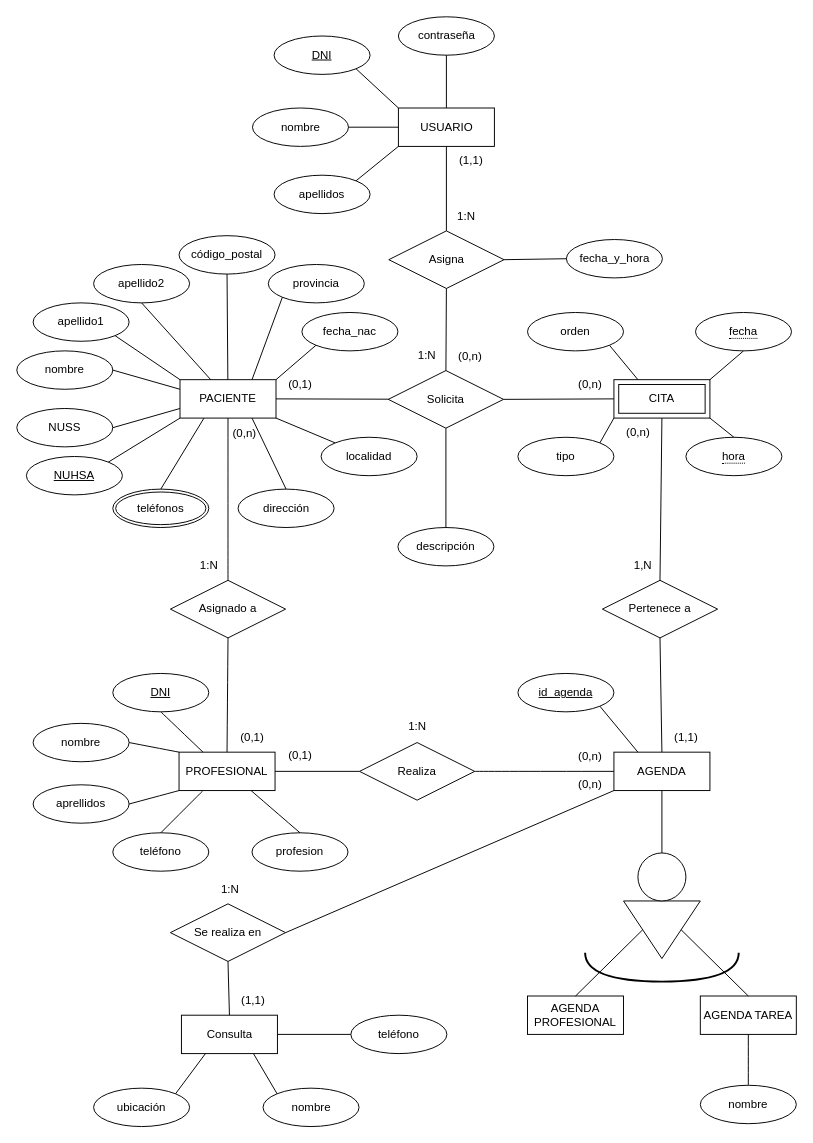
Earlier version of the draw.io diagram CitasAP_ER2.drawio (mariopr25/CitasAP-ER). Source tidied: cells renumbered, new cells numbered last; positions are measured from the earlier drawing's top-left corner, leaving out a move shared by most shapes. Both pictures are drawn from the tidied source at 96%, with x=0, y=0 at pixel (16, 16).
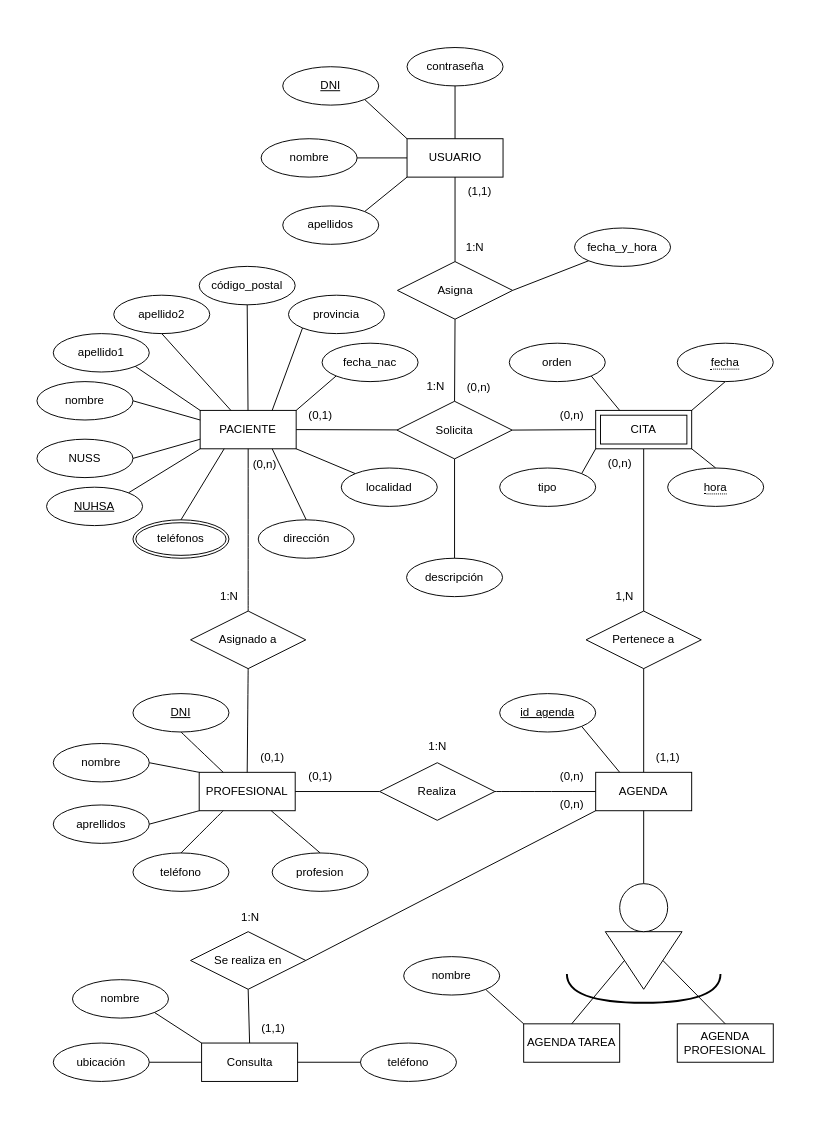
After the change.

Commit message:
Más ajustes de tamaño

The edit, as a diff of the source:
```diff
@@
     <mxCell id="2" value="PACIENTE" style="whiteSpace=wrap;html=1;align=center;" parent="1" vertex="1">
-      <mxGeometry x="170" y="378" width="100" height="40" as="geometry" />
+      <mxGeometry x="191" y="410" width="100" height="40" as="geometry" />
     </mxCell>
     <mxCell id="3" value="&lt;div&gt;Solicita&lt;/div&gt;" style="shape=rhombus;perimeter=rhombusPerimeter;whiteSpace=wrap;html=1;align=center;" parent="1" vertex="1">
-      <mxGeometry x="387" y="368.5" width="120" height="60" as="geometry" />
+      <mxGeometry x="396" y="400.5" width="120" height="60" as="geometry" />
     </mxCell>
@@
     <mxCell id="6" value="&lt;div&gt;descripción&lt;/div&gt;" style="ellipse;whiteSpace=wrap;html=1;align=center;" parent="1" vertex="1">
-      <mxGeometry x="397" y="532" width="100" height="40" as="geometry" />
+      <mxGeometry x="406" y="564" width="100" height="40" as="geometry" />
     </mxCell>
@@
     <mxCell id="8" value="(0,1)" style="text;html=1;align=center;verticalAlign=middle;strokeColor=none;fillColor=none;" parent="1" vertex="1">
-      <mxGeometry x="270" y="368" width="50" height="30" as="geometry" />
+      <mxGeometry x="291" y="400" width="50" height="30" as="geometry" />
     </mxCell>
     <mxCell id="9" value="(0,n)" style="text;html=1;align=center;verticalAlign=middle;strokeColor=none;fillColor=none;" parent="1" vertex="1">
-      <mxGeometry x="572" y="368" width="50" height="30" as="geometry" />
+      <mxGeometry x="553" y="400" width="50" height="30" as="geometry" />
     </mxCell>
     <mxCell id="10" value="1:N" style="text;html=1;align=center;verticalAlign=middle;strokeColor=none;fillColor=none;" parent="1" vertex="1">
-      <mxGeometry x="407" y="338" width="40" height="30" as="geometry" />
+      <mxGeometry x="416" y="370" width="40" height="30" as="geometry" />
     </mxCell>
     <mxCell id="11" value="Pertenece a" style="shape=rhombus;perimeter=rhombusPerimeter;whiteSpace=wrap;html=1;align=center;direction=west;" parent="1" vertex="1">
-      <mxGeometry x="610" y="587" width="120" height="60" as="geometry" />
+      <mxGeometry x="593" y="619" width="120" height="60" as="geometry" />
     </mxCell>
@@
     <mxCell id="14" value="&lt;div&gt;NUHSA&lt;/div&gt;" style="ellipse;whiteSpace=wrap;html=1;align=center;fontStyle=4;" parent="1" vertex="1">
-      <mxGeometry x="10" y="458" width="100" height="40" as="geometry" />
+      <mxGeometry x="31" y="490" width="100" height="40" as="geometry" />
     </mxCell>
     <mxCell id="15" value="&lt;div&gt;NUSS&lt;/div&gt;" style="ellipse;whiteSpace=wrap;html=1;align=center;" parent="1" vertex="1">
-      <mxGeometry y="408" width="100" height="40" as="geometry" />
+      <mxGeometry x="21" y="440" width="100" height="40" as="geometry" />
     </mxCell>
@@
     <mxCell id="17" style="endArrow=none;html=1;rounded=0;exitX=1;exitY=0.5;exitDx=0;exitDy=0;" parent="1" edge="1" source="15">
       <mxGeometry relative="1" as="geometry">
-        <mxPoint x="170" y="408" as="targetPoint" />
+        <mxPoint x="191" y="440" as="targetPoint" />
       </mxGeometry>
     </mxCell>
     <mxCell id="18" value="nombre" style="ellipse;whiteSpace=wrap;html=1;align=center;" parent="1" vertex="1">
-      <mxGeometry y="348" width="100" height="40" as="geometry" />
+      <mxGeometry x="21" y="380" width="100" height="40" as="geometry" />
     </mxCell>
     <mxCell id="19" value="apellido1" style="ellipse;whiteSpace=wrap;html=1;align=center;" parent="1" vertex="1">
-      <mxGeometry x="17" y="298" width="100" height="40" as="geometry" />
+      <mxGeometry x="38" y="330" width="100" height="40" as="geometry" />
     </mxCell>
     <mxCell id="20" value="&lt;div&gt;apellido2&lt;/div&gt;" style="ellipse;whiteSpace=wrap;html=1;align=center;" parent="1" vertex="1">
-      <mxGeometry x="80" y="258" width="100" height="40" as="geometry" />
+      <mxGeometry x="101" y="290" width="100" height="40" as="geometry" />
     </mxCell>
     <mxCell id="21" style="endArrow=none;html=1;rounded=0;exitX=1;exitY=0.5;exitDx=0;exitDy=0;" parent="1" edge="1" source="18">
       <mxGeometry relative="1" as="geometry">
-        <mxPoint x="170" y="388" as="targetPoint" />
+        <mxPoint x="191" y="420" as="targetPoint" />
       </mxGeometry>
     </mxCell>
@@
     <mxCell id="24" value="teléfonos" style="ellipse;shape=doubleEllipse;margin=3;whiteSpace=wrap;html=1;align=center;" parent="1" vertex="1">
-      <mxGeometry x="100" y="492" width="100" height="40" as="geometry" />
+      <mxGeometry x="121" y="524" width="100" height="40" as="geometry" />
     </mxCell>
@@
     <mxCell id="26" value="dirección" style="ellipse;whiteSpace=wrap;html=1;align=center;" parent="1" vertex="1">
-      <mxGeometry x="230.5" y="492" width="100" height="40" as="geometry" />
+      <mxGeometry x="251.5" y="524" width="100" height="40" as="geometry" />
     </mxCell>
     <mxCell id="27" value="código_postal" style="ellipse;whiteSpace=wrap;html=1;align=center;" parent="1" vertex="1">
-      <mxGeometry x="169" y="228" width="100" height="40" as="geometry" />
+      <mxGeometry x="190" y="260" width="100" height="40" as="geometry" />
     </mxCell>
     <mxCell id="28" value="&lt;div&gt;localidad&lt;/div&gt;" style="ellipse;whiteSpace=wrap;html=1;align=center;" parent="1" vertex="1">
-      <mxGeometry x="317" y="438" width="100" height="40" as="geometry" />
+      <mxGeometry x="338" y="470" width="100" height="40" as="geometry" />
     </mxCell>
     <mxCell id="29" value="provincia" style="ellipse;whiteSpace=wrap;html=1;align=center;" parent="1" vertex="1">
-      <mxGeometry x="262" y="258" width="100" height="40" as="geometry" />
+      <mxGeometry x="283" y="290" width="100" height="40" as="geometry" />
     </mxCell>
@@
     <mxCell id="34" value="tipo" style="ellipse;whiteSpace=wrap;html=1;align=center;direction=west;" parent="1" vertex="1">
-      <mxGeometry x="522" y="438" width="100" height="40" as="geometry" />
+      <mxGeometry x="503" y="470" width="100" height="40" as="geometry" />
     </mxCell>
     <mxCell id="35" value="&lt;span style=&quot;border-bottom: 1px dotted&quot;&gt;hora&lt;/span&gt;" style="ellipse;whiteSpace=wrap;html=1;align=center;" parent="1" vertex="1">
-      <mxGeometry x="697" y="438" width="100" height="40" as="geometry" />
+      <mxGeometry x="678" y="470" width="100" height="40" as="geometry" />
     </mxCell>
     <mxCell id="36" value="CITA" style="shape=ext;margin=3;double=1;whiteSpace=wrap;html=1;align=center;" parent="1" vertex="1">
-      <mxGeometry x="622" y="378" width="100" height="40" as="geometry" />
+      <mxGeometry x="603" y="410" width="100" height="40" as="geometry" />
     </mxCell>
     <mxCell id="37" value="&lt;div&gt;AGENDA&lt;/div&gt;" style="whiteSpace=wrap;html=1;align=center;" parent="1" vertex="1">
-      <mxGeometry x="622" y="766" width="100" height="40" as="geometry" />
+      <mxGeometry x="603" y="787" width="100" height="40" as="geometry" />
     </mxCell>
     <mxCell id="38" value="(0,n)" style="text;html=1;align=center;verticalAlign=middle;strokeColor=none;fillColor=none;" parent="1" vertex="1">
-      <mxGeometry x="622" y="418" width="50" height="30" as="geometry" />
+      <mxGeometry x="603" y="450" width="50" height="30" as="geometry" />
     </mxCell>
     <mxCell id="39" value="&lt;span style=&quot;border-bottom: 1px dotted&quot;&gt;fecha&lt;/span&gt;" style="ellipse;whiteSpace=wrap;html=1;align=center;" parent="1" vertex="1">
-      <mxGeometry x="707" y="308" width="100" height="40" as="geometry" />
+      <mxGeometry x="688" y="340" width="100" height="40" as="geometry" />
     </mxCell>
@@
     <mxCell id="43" value="1,N" style="text;html=1;align=center;verticalAlign=middle;strokeColor=none;fillColor=none;" parent="1" vertex="1">
-      <mxGeometry x="632" y="557" width="40" height="30" as="geometry" />
+      <mxGeometry x="613" y="589" width="40" height="30" as="geometry" />
     </mxCell>
@@
     <mxCell id="45" value="orden" style="ellipse;whiteSpace=wrap;html=1;align=center;" parent="1" vertex="1">
-      <mxGeometry x="532" y="308" width="100" height="40" as="geometry" />
+      <mxGeometry x="513" y="340" width="100" height="40" as="geometry" />
     </mxCell>
     <mxCell id="46" value="(1,1)" style="text;html=1;align=center;verticalAlign=middle;strokeColor=none;fillColor=none;" parent="1" vertex="1">
-      <mxGeometry x="672" y="736" width="50" height="30" as="geometry" />
+      <mxGeometry x="653" y="757" width="50" height="30" as="geometry" />
     </mxCell>
     <mxCell id="47" style="triangle;whiteSpace=wrap;html=1;direction=south;" parent="1" vertex="1">
-      <mxGeometry x="632" y="921" width="80" height="60" as="geometry" />
+      <mxGeometry x="613" y="953" width="80" height="60" as="geometry" />
     </mxCell>
@@
     <mxCell id="49" value="AGENDA PROFESIONAL" style="whiteSpace=wrap;html=1;align=center;" parent="1" vertex="1">
-      <mxGeometry x="532" y="1020" width="100" height="40" as="geometry" />
+      <mxGeometry x="688" y="1049" width="100" height="40" as="geometry" />
     </mxCell>
     <mxCell id="50" value="AGENDA TAREA" style="whiteSpace=wrap;html=1;align=center;" parent="1" vertex="1">
-      <mxGeometry x="712" y="1020" width="100" height="40" as="geometry" />
+      <mxGeometry x="528" y="1049" width="100" height="40" as="geometry" />
     </mxCell>
-    <mxCell id="51" style="endArrow=none;html=1;rounded=0;exitX=0.5;exitY=1;exitDx=0;exitDy=0;entryX=0.5;entryY=0;entryDx=0;entryDy=0;" parent="1" edge="1" source="47" target="49">
+    <mxCell id="51" style="endArrow=none;html=1;rounded=0;exitX=0.5;exitY=1;exitDx=0;exitDy=0;entryX=0.5;entryY=0;entryDx=0;entryDy=0;" parent="1" edge="1" source="47" target="50">
       <mxGeometry relative="1" as="geometry" />
     </mxCell>
-    <mxCell id="52" style="endArrow=none;html=1;rounded=0;exitX=0.5;exitY=0;exitDx=0;exitDy=0;entryX=0.5;entryY=0;entryDx=0;entryDy=0;" parent="1" edge="1" source="47" target="50">
+    <mxCell id="52" style="endArrow=none;html=1;rounded=0;exitX=0.5;exitY=0;exitDx=0;exitDy=0;entryX=0.5;entryY=0;entryDx=0;entryDy=0;" parent="1" edge="1" source="47" target="49">
       <mxGeometry relative="1" as="geometry" />
     </mxCell>
     <mxCell id="53" style="endArrow=none;html=1;rounded=0;edgeStyle=orthogonalEdgeStyle;curved=1;strokeWidth=2;" parent="1" edge="1">
       <mxGeometry relative="1" as="geometry">
-        <mxPoint x="592" y="975" as="sourcePoint" />
-        <mxPoint x="752" y="975" as="targetPoint" />
+        <mxPoint x="573" y="997" as="sourcePoint" />
+        <mxPoint x="733" y="997" as="targetPoint" />
         <Array as="points">
-          <mxPoint x="592" y="1005" />
-          <mxPoint x="752" y="1005" />
+          <mxPoint x="573" y="1027" />
+          <mxPoint x="733" y="1027" />
         </Array>
       </mxGeometry>
     </mxCell>
     <mxCell id="54" value="PROFESIONAL" style="whiteSpace=wrap;html=1;align=center;" parent="1" vertex="1">
-      <mxGeometry x="169" y="766" width="100" height="40" as="geometry" />
+      <mxGeometry x="190" y="787" width="100" height="40" as="geometry" />
     </mxCell>
@@
     <mxCell id="56" value="&lt;div&gt;nombre&lt;/div&gt;" style="ellipse;whiteSpace=wrap;html=1;align=center;" parent="1" vertex="1">
-      <mxGeometry x="17" y="736" width="100" height="40" as="geometry" />
+      <mxGeometry x="38" y="757" width="100" height="40" as="geometry" />
     </mxCell>
     <mxCell id="57" value="aprellidos" style="ellipse;whiteSpace=wrap;html=1;align=center;" parent="1" vertex="1">
-      <mxGeometry x="17" y="800" width="100" height="40" as="geometry" />
+      <mxGeometry x="38" y="821" width="100" height="40" as="geometry" />
     </mxCell>
     <mxCell id="58" value="teléfono" style="ellipse;whiteSpace=wrap;html=1;align=center;" parent="1" vertex="1">
-      <mxGeometry x="100" y="850" width="100" height="40" as="geometry" />
+      <mxGeometry x="121" y="871" width="100" height="40" as="geometry" />
     </mxCell>
     <mxCell id="59" value="profesion" style="ellipse;whiteSpace=wrap;html=1;align=center;" parent="1" vertex="1">
-      <mxGeometry x="245" y="850" width="100" height="40" as="geometry" />
+      <mxGeometry x="266" y="871" width="100" height="40" as="geometry" />
     </mxCell>
@@
     <mxCell id="64" value="&lt;u&gt;DNI&lt;/u&gt;" style="ellipse;whiteSpace=wrap;html=1;align=center;" parent="1" vertex="1">
-      <mxGeometry x="100" y="684" width="100" height="40" as="geometry" />
+      <mxGeometry x="121" y="705" width="100" height="40" as="geometry" />
     </mxCell>
@@
     <mxCell id="66" value="Realiza" style="shape=rhombus;perimeter=rhombusPerimeter;whiteSpace=wrap;html=1;align=center;" parent="1" vertex="1">
-      <mxGeometry x="357" y="756" width="120" height="60" as="geometry" />
+      <mxGeometry x="378" y="777" width="120" height="60" as="geometry" />
     </mxCell>
@@
     <mxCell id="68" value="Asignado a" style="shape=rhombus;perimeter=rhombusPerimeter;whiteSpace=wrap;html=1;align=center;" parent="1" vertex="1">
-      <mxGeometry x="160" y="587" width="120" height="60" as="geometry" />
+      <mxGeometry x="181" y="619" width="120" height="60" as="geometry" />
     </mxCell>
@@
     <mxCell id="71" value="nombre" style="ellipse;whiteSpace=wrap;html=1;align=center;" parent="1" vertex="1">
-      <mxGeometry x="712" y="1113" width="100" height="40" as="geometry" />
+      <mxGeometry x="403" y="979" width="100" height="40" as="geometry" />
     </mxCell>
-    <mxCell id="72" style="endArrow=none;html=1;rounded=0;strokeWidth=1;curved=1;exitX=0.5;exitY=0;exitDx=0;exitDy=0;entryX=0.5;entryY=1;entryDx=0;entryDy=0;" parent="1" edge="1" source="71" target="50">
+    <mxCell id="72" style="endArrow=none;html=1;rounded=0;strokeWidth=1;curved=1;exitX=1;exitY=1;exitDx=0;exitDy=0;entryX=0;entryY=0;entryDx=0;entryDy=0;" parent="1" edge="1" source="71" target="50">
       <mxGeometry relative="1" as="geometry" />
     </mxCell>
     <mxCell id="73" value="(0,n)" style="text;html=1;align=center;verticalAlign=middle;strokeColor=none;fillColor=none;" parent="1" vertex="1">
-      <mxGeometry x="212" y="419" width="50" height="30" as="geometry" />
+      <mxGeometry x="233" y="451" width="50" height="30" as="geometry" />
     </mxCell>
     <mxCell id="74" value="(0,1)" style="text;html=1;align=center;verticalAlign=middle;strokeColor=none;fillColor=none;" parent="1" vertex="1">
-      <mxGeometry x="220" y="736" width="50" height="30" as="geometry" />
+      <mxGeometry x="241" y="757" width="50" height="30" as="geometry" />
     </mxCell>
     <mxCell id="75" value="1:N" style="text;html=1;align=center;verticalAlign=middle;strokeColor=none;fillColor=none;" parent="1" vertex="1">
-      <mxGeometry x="180" y="557" width="40" height="30" as="geometry" />
+      <mxGeometry x="201" y="589" width="40" height="30" as="geometry" />
     </mxCell>
     <mxCell id="76" value="(0,1)" style="text;html=1;align=center;verticalAlign=middle;strokeColor=none;fillColor=none;" parent="1" vertex="1">
-      <mxGeometry x="270" y="755" width="50" height="30" as="geometry" />
+      <mxGeometry x="291" y="776" width="50" height="30" as="geometry" />
     </mxCell>
     <mxCell id="77" value="(0,n)" style="text;html=1;align=center;verticalAlign=middle;strokeColor=none;fillColor=none;" parent="1" vertex="1">
-      <mxGeometry x="572" y="756" width="50" height="30" as="geometry" />
+      <mxGeometry x="553" y="777" width="50" height="30" as="geometry" />
     </mxCell>
     <mxCell id="78" value="1:N" style="text;html=1;align=center;verticalAlign=middle;strokeColor=none;fillColor=none;" parent="1" vertex="1">
-      <mxGeometry x="397" y="724" width="40" height="30" as="geometry" />
+      <mxGeometry x="418" y="745" width="40" height="30" as="geometry" />
     </mxCell>
     <mxCell id="79" style="ellipse;whiteSpace=wrap;html=1;" parent="1" vertex="1">
-      <mxGeometry x="647" y="871" width="50" height="50" as="geometry" />
+      <mxGeometry x="628" y="903" width="50" height="50" as="geometry" />
     </mxCell>
     <mxCell id="80" value="&lt;div&gt;Consulta&lt;/div&gt;" style="whiteSpace=wrap;html=1;align=center;direction=west;" parent="1" vertex="1">
-      <mxGeometry x="171.5" y="1040" width="100" height="40" as="geometry" />
+      <mxGeometry x="192.5" y="1069" width="100" height="40" as="geometry" />
     </mxCell>
-    <mxCell id="81" value="&lt;div&gt;nombre&lt;/div&gt;" style="ellipse;whiteSpace=wrap;html=1;align=center;direction=west;" parent="1" vertex="1">
-      <mxGeometry x="256.5" y="1116" width="100" height="40" as="geometry" />
+    <mxCell id="81" value="&lt;div&gt;nombre&lt;/div&gt;" style="ellipse;whiteSpace=wrap;html=1;align=center;direction=east;" parent="1" vertex="1">
+      <mxGeometry x="58" y="1003" width="100" height="40" as="geometry" />
     </mxCell>
     <mxCell id="82" value="ubicación" style="ellipse;whiteSpace=wrap;html=1;align=center;direction=west;" parent="1" vertex="1">
-      <mxGeometry x="80" y="1116" width="100" height="40" as="geometry" />
+      <mxGeometry x="38" y="1069" width="100" height="40" as="geometry" />
     </mxCell>
-    <mxCell id="83" style="endArrow=none;html=1;rounded=0;exitX=1;exitY=1;exitDx=0;exitDy=0;entryX=0.25;entryY=0;entryDx=0;entryDy=0;" parent="1" edge="1" source="81" target="80">
+    <mxCell id="83" style="endArrow=none;html=1;rounded=0;exitX=1;exitY=1;exitDx=0;exitDy=0;entryX=1;entryY=1;entryDx=0;entryDy=0;" parent="1" edge="1" source="81" target="80">
       <mxGeometry relative="1" as="geometry" />
     </mxCell>
-    <mxCell id="84" style="endArrow=none;html=1;rounded=0;entryX=0;entryY=1;entryDx=0;entryDy=0;exitX=0.75;exitY=0;exitDx=0;exitDy=0;" parent="1" edge="1" source="80" target="82">
+    <mxCell id="84" style="endArrow=none;html=1;rounded=0;entryX=0;entryY=0.5;entryDx=0;entryDy=0;exitX=1;exitY=0.5;exitDx=0;exitDy=0;" parent="1" edge="1" source="80" target="82">
       <mxGeometry relative="1" as="geometry" />
     </mxCell>
     <mxCell id="85" value="Se realiza en" style="shape=rhombus;perimeter=rhombusPerimeter;whiteSpace=wrap;html=1;align=center;direction=west;" parent="1" vertex="1">
-      <mxGeometry x="160" y="924" width="120" height="60" as="geometry" />
+      <mxGeometry x="181" y="953" width="120" height="60" as="geometry" />
     </mxCell>
@@
     <mxCell id="88" value="(0,n)" style="text;html=1;align=center;verticalAlign=middle;strokeColor=none;fillColor=none;" parent="1" vertex="1">
-      <mxGeometry x="572" y="785" width="50" height="30" as="geometry" />
+      <mxGeometry x="553" y="806" width="50" height="30" as="geometry" />
     </mxCell>
     <mxCell id="89" value="(1,1)" style="text;html=1;align=center;verticalAlign=middle;strokeColor=none;fillColor=none;" parent="1" vertex="1">
-      <mxGeometry x="221" y="1010" width="50" height="30" as="geometry" />
+      <mxGeometry x="242" y="1039" width="50" height="30" as="geometry" />
     </mxCell>
     <mxCell id="90" value="1:N" style="text;html=1;align=center;verticalAlign=middle;strokeColor=none;fillColor=none;" parent="1" vertex="1">
-      <mxGeometry x="201.5" y="894" width="40" height="30" as="geometry" />
+      <mxGeometry x="222.5" y="923" width="40" height="30" as="geometry" />
     </mxCell>
     <mxCell id="91" value="Asigna" style="shape=rhombus;perimeter=rhombusPerimeter;whiteSpace=wrap;html=1;align=center;" parent="1" vertex="1">
-      <mxGeometry x="387.5" y="223" width="120" height="60" as="geometry" />
+      <mxGeometry x="396.5" y="255" width="120" height="60" as="geometry" />
     </mxCell>
     <mxCell id="92" value="USUARIO" style="whiteSpace=wrap;html=1;align=center;" parent="1" vertex="1">
-      <mxGeometry x="397.5" y="95" width="100" height="40" as="geometry" />
+      <mxGeometry x="406.5" y="127" width="100" height="40" as="geometry" />
     </mxCell>
@@
     <mxCell id="95" value="&lt;div&gt;nombre&lt;/div&gt;" style="ellipse;whiteSpace=wrap;html=1;align=center;" parent="1" vertex="1">
-      <mxGeometry x="245.5" y="95" width="100" height="40" as="geometry" />
+      <mxGeometry x="254.5" y="127" width="100" height="40" as="geometry" />
     </mxCell>
     <mxCell id="96" value="apellidos" style="ellipse;whiteSpace=wrap;html=1;align=center;" parent="1" vertex="1">
-      <mxGeometry x="268" y="165" width="100" height="40" as="geometry" />
+      <mxGeometry x="277" y="197" width="100" height="40" as="geometry" />
     </mxCell>
     <mxCell id="97" value="&lt;u&gt;DNI&lt;/u&gt;" style="ellipse;whiteSpace=wrap;html=1;align=center;" parent="1" vertex="1">
-      <mxGeometry x="268" y="20" width="100" height="40" as="geometry" />
+      <mxGeometry x="277" y="52" width="100" height="40" as="geometry" />
     </mxCell>
     <mxCell id="98" value="contraseña" style="ellipse;whiteSpace=wrap;html=1;align=center;" parent="1" vertex="1">
-      <mxGeometry x="397.5" width="100" height="40" as="geometry" />
+      <mxGeometry x="406.5" y="32" width="100" height="40" as="geometry" />
     </mxCell>
@@
     <mxCell id="102" value="fecha_nac" style="ellipse;whiteSpace=wrap;html=1;align=center;" parent="1" vertex="1">
-      <mxGeometry x="297" y="308" width="100" height="40" as="geometry" />
+      <mxGeometry x="318" y="340" width="100" height="40" as="geometry" />
     </mxCell>
@@
     <mxCell id="105" value="&lt;u&gt;id_agenda&lt;/u&gt;" style="ellipse;whiteSpace=wrap;html=1;align=center;" parent="1" vertex="1">
-      <mxGeometry x="522" y="684" width="100" height="40" as="geometry" />
+      <mxGeometry x="503" y="705" width="100" height="40" as="geometry" />
     </mxCell>
@@
     <mxCell id="107" value="fecha_y_hora" style="ellipse;whiteSpace=wrap;html=1;align=center;" parent="1" vertex="1">
-      <mxGeometry x="572.5" y="232" width="100" height="40" as="geometry" />
+      <mxGeometry x="581" y="220" width="100" height="40" as="geometry" />
     </mxCell>
-    <mxCell id="108" style="endArrow=none;html=1;rounded=0;entryX=0;entryY=0.5;entryDx=0;entryDy=0;exitX=1;exitY=0.5;exitDx=0;exitDy=0;" parent="1" edge="1" source="91" target="107">
+    <mxCell id="108" style="endArrow=none;html=1;rounded=0;entryX=0;entryY=1;entryDx=0;entryDy=0;exitX=1;exitY=0.5;exitDx=0;exitDy=0;" parent="1" edge="1" source="91" target="107">
       <mxGeometry relative="1" as="geometry" />
     </mxCell>
     <mxCell id="109" value="(1,1)" style="text;html=1;align=center;verticalAlign=middle;strokeColor=none;fillColor=none;" parent="1" vertex="1">
-      <mxGeometry x="447.5" y="135" width="50" height="30" as="geometry" />
+      <mxGeometry x="456.5" y="167" width="50" height="30" as="geometry" />
     </mxCell>
     <mxCell id="110" value="(0,n)" style="text;html=1;align=center;verticalAlign=middle;strokeColor=none;fillColor=none;" parent="1" vertex="1">
-      <mxGeometry x="447" y="338.5" width="50" height="30" as="geometry" />
+      <mxGeometry x="456" y="370.5" width="50" height="30" as="geometry" />
     </mxCell>
     <mxCell id="111" value="1:N" style="text;html=1;align=center;verticalAlign=middle;strokeColor=none;fillColor=none;" parent="1" vertex="1">
-      <mxGeometry x="447.5" y="193" width="40" height="30" as="geometry" />
+      <mxGeometry x="456.5" y="225" width="40" height="30" as="geometry" />
     </mxCell>
     <mxCell id="112" value="teléfono" style="ellipse;whiteSpace=wrap;html=1;align=center;" parent="1" vertex="1">
-      <mxGeometry x="348" y="1040" width="100" height="40" as="geometry" />
+      <mxGeometry x="358" y="1069" width="100" height="40" as="geometry" />
     </mxCell>
```
